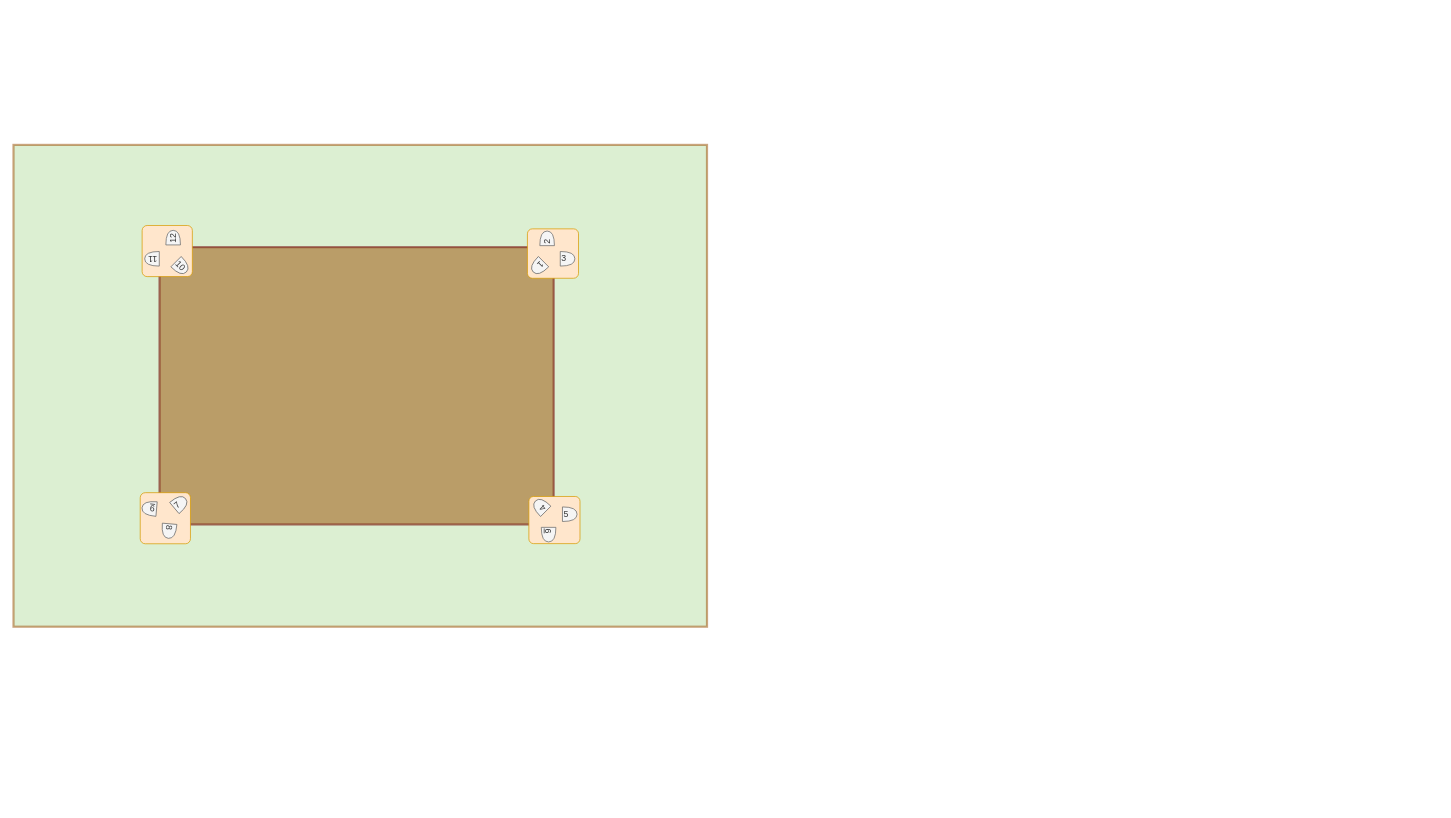
ShouSawa/draw.io keeps this draw.io diagram as アニマルミル.drawio. Above is the earlier version. Source tidied: cells renumbered, new cells numbered last; positions are measured from the earlier drawing's top-left corner, leaving out a move shared by most shapes. Both pictures are drawn from the tidied source at 73%, with x=0, y=0 at pixel (13, 145).
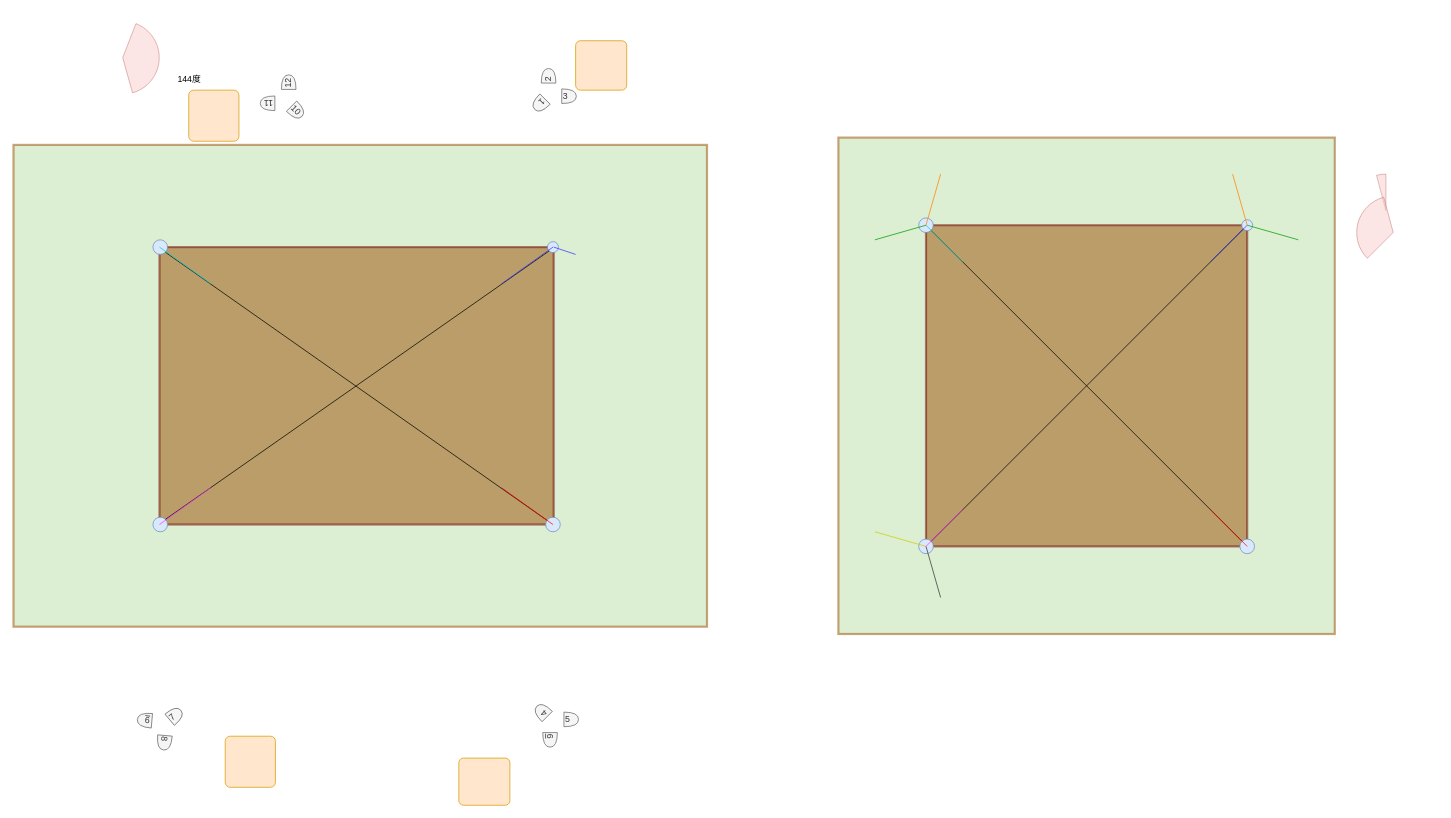
After the change.

Commit message:
アニマルミル.drawio を更新します

The edit, as a diff of the source:
```diff
@@
     <mxCell id="4" style="rounded=1;whiteSpace=wrap;html=1;fillColor=#ffe6cc;strokeColor=#d79b00;arcSize=10;" parent="1" vertex="1">
-      <mxGeometry x="176.2" y="110.4" width="68.8" height="70" as="geometry" />
+      <mxGeometry x="240" y="-75" width="68.8" height="70" as="geometry" />
     </mxCell>
     <mxCell id="5" style="rounded=1;whiteSpace=wrap;html=1;fillColor=#ffe6cc;strokeColor=#d79b00;arcSize=10;" parent="1" vertex="1">
-      <mxGeometry x="704" y="115" width="70" height="67.7" as="geometry" />
+      <mxGeometry x="770" y="-142.7" width="70" height="67.7" as="geometry" />
     </mxCell>
     <mxCell id="6" style="rounded=1;whiteSpace=wrap;html=1;fillColor=#ffe6cc;strokeColor=#d79b00;arcSize=10;" parent="1" vertex="1">
-      <mxGeometry x="706" y="481.6" width="70" height="64.6" as="geometry" />
+      <mxGeometry x="610" y="840" width="70" height="64.6" as="geometry" />
     </mxCell>
     <mxCell id="7" style="group;rotation=-135;" parent="1" vertex="1">
-      <mxGeometry x="700" y="123" width="68.3" height="59.7" as="geometry" />
+      <mxGeometry x="702" y="-99.7" width="68.3" height="59.7" as="geometry" />
     </mxCell>
@@
     <mxCell id="11" style="group;rotation=-45;" parent="1" vertex="1">
-      <mxGeometry x="702" y="478.9" width="68.3" height="59.7" as="geometry" />
+      <mxGeometry x="704" y="760" width="68.3" height="59.7" as="geometry" />
     </mxCell>
@@
     <mxCell id="15" style="group;rotation=-225;" parent="1" vertex="1">
-      <mxGeometry x="181.7" y="123" width="68.3" height="59.7" as="geometry" />
+      <mxGeometry x="340" y="-90" width="68.3" height="59.7" as="geometry" />
     </mxCell>
@@
     <mxCell id="19" style="rounded=1;whiteSpace=wrap;html=1;fillColor=#ffe6cc;strokeColor=#d79b00;arcSize=10;" parent="1" vertex="1">
-      <mxGeometry x="173.6" y="476.4" width="68.8" height="70" as="geometry" />
+      <mxGeometry x="290" y="810" width="68.8" height="70" as="geometry" />
     </mxCell>
     <mxCell id="20" style="group;rotation=50;" parent="1" vertex="1">
-      <mxGeometry x="180" y="470" width="68.3" height="64.8" as="geometry" />
+      <mxGeometry x="173.6" y="760" width="68.3" height="64.8" as="geometry" />
     </mxCell>
@@
+    <mxCell id="24" style="verticalLabelPosition=bottom;verticalAlign=top;html=1;shape=mxgraph.basic.pie;startAngle=0.8507924086809412;endAngle=0.2482887224766688;fillColor=#f8cecc;strokeColor=#b85450;opacity=50;rotation=75;" parent="1" vertex="1">
+      <mxGeometry x="99.6" y="-169.5" width="100" height="100" as="geometry" />
+    </mxCell>
+    <mxCell id="25" value="144度" style="text;html=1;whiteSpace=wrap;strokeColor=none;fillColor=none;align=center;verticalAlign=middle;rounded=0;" parent="1" vertex="1">
+      <mxGeometry x="211" y="-105" width="60" height="30" as="geometry" />
+    </mxCell>
+    <mxCell id="26" style="ellipse;whiteSpace=wrap;html=1;fillColor=#dae8fc;strokeColor=#6c8ebf;" parent="1" vertex="1">
+      <mxGeometry x="191" y="130" width="20" height="20" as="geometry" />
+    </mxCell>
+    <mxCell id="27" style="ellipse;whiteSpace=wrap;html=1;fillColor=#dae8fc;strokeColor=#6c8ebf;" parent="1" vertex="1">
+      <mxGeometry x="731.5" y="132.5" width="15" height="15" as="geometry" />
+    </mxCell>
+    <mxCell id="28" style="ellipse;whiteSpace=wrap;html=1;fillColor=#dae8fc;strokeColor=#6c8ebf;" parent="1" vertex="1">
+      <mxGeometry x="729" y="510" width="20" height="20" as="geometry" />
+    </mxCell>
+    <mxCell id="29" style="ellipse;whiteSpace=wrap;html=1;fillColor=#dae8fc;strokeColor=#6c8ebf;" parent="1" vertex="1">
+      <mxGeometry x="191" y="510" width="20" height="20" as="geometry" />
+    </mxCell>
+    <mxCell id="30" style="endArrow=none;html=1;rounded=0;exitX=1;exitY=1;exitDx=0;exitDy=0;" parent="1" edge="1" source="26" target="28">
+      <mxGeometry relative="1" as="geometry" />
+    </mxCell>
+    <mxCell id="31" style="endArrow=none;html=1;rounded=0;exitX=0;exitY=1;exitDx=0;exitDy=0;entryX=1;entryY=0;entryDx=0;entryDy=0;" parent="1" edge="1" source="27" target="29">
+      <mxGeometry relative="1" as="geometry" />
+    </mxCell>
+    <mxCell id="32" style="endArrow=none;html=1;rounded=0;strokeColor=#3333FF;" parent="1" edge="1">
+      <mxGeometry relative="1" as="geometry">
+        <mxPoint x="669" y="190" as="sourcePoint" />
+        <mxPoint x="739" y="140" as="targetPoint" />
+      </mxGeometry>
+    </mxCell>
+    <mxCell id="33" style="endArrow=none;html=1;rounded=0;strokeColor=#FF33FF;" parent="1" edge="1">
+      <mxGeometry relative="1" as="geometry">
+        <mxPoint x="200" y="520" as="sourcePoint" />
+        <mxPoint x="270" y="470" as="targetPoint" />
+      </mxGeometry>
+    </mxCell>
+    <mxCell id="34" style="endArrow=none;html=1;rounded=0;strokeColor=#00CCCC;" parent="1" edge="1">
+      <mxGeometry relative="1" as="geometry">
+        <mxPoint x="200" y="140" as="sourcePoint" />
+        <mxPoint x="270" y="190" as="targetPoint" />
+      </mxGeometry>
+    </mxCell>
+    <mxCell id="35" style="endArrow=none;html=1;rounded=0;strokeColor=#FF0000;" parent="1" edge="1">
+      <mxGeometry relative="1" as="geometry">
+        <mxPoint x="669" y="470" as="sourcePoint" />
+        <mxPoint x="739" y="520" as="targetPoint" />
+      </mxGeometry>
+    </mxCell>
+    <mxCell id="36" style="endArrow=none;html=1;rounded=0;strokeColor=#3333FF;" parent="1" edge="1">
+      <mxGeometry relative="1" as="geometry">
+        <mxPoint x="740" y="140" as="sourcePoint" />
+        <mxPoint x="770" y="150" as="targetPoint" />
+      </mxGeometry>
+    </mxCell>
+    <mxCell id="37" style="rounded=0;whiteSpace=wrap;html=1;fontSize=14;fillColor=#B9E0A5;opacity=50;strokeWidth=3;strokeColor=#994C00;" parent="1" vertex="1">
+      <mxGeometry x="1130" y="-10" width="680" height="680" as="geometry" />
+    </mxCell>
+    <mxCell id="38" style="rounded=0;whiteSpace=wrap;html=1;fontSize=14;fillColor=#994C00;opacity=50;strokeWidth=3;strokeColor=#6F0000;fontColor=#ffffff;" parent="1" vertex="1">
+      <mxGeometry x="1250" y="110" width="440" height="440" as="geometry" />
+    </mxCell>
+    <mxCell id="39" style="ellipse;whiteSpace=wrap;html=1;fillColor=#dae8fc;strokeColor=#6c8ebf;" parent="1" vertex="1">
+      <mxGeometry x="1240" y="100" width="20" height="20" as="geometry" />
+    </mxCell>
+    <mxCell id="40" style="ellipse;whiteSpace=wrap;html=1;fillColor=#dae8fc;strokeColor=#6c8ebf;" parent="1" vertex="1">
+      <mxGeometry x="1682.5" y="102.5" width="15" height="15" as="geometry" />
+    </mxCell>
+    <mxCell id="41" style="ellipse;whiteSpace=wrap;html=1;fillColor=#dae8fc;strokeColor=#6c8ebf;" parent="1" vertex="1">
+      <mxGeometry x="1680" y="540" width="20" height="20" as="geometry" />
+    </mxCell>
+    <mxCell id="42" style="ellipse;whiteSpace=wrap;html=1;fillColor=#dae8fc;strokeColor=#6c8ebf;" parent="1" vertex="1">
+      <mxGeometry x="1240" y="540" width="20" height="20" as="geometry" />
+    </mxCell>
+    <mxCell id="43" style="endArrow=none;html=1;rounded=0;exitX=1;exitY=1;exitDx=0;exitDy=0;" parent="1" edge="1" source="39" target="41">
+      <mxGeometry relative="1" as="geometry" />
+    </mxCell>
+    <mxCell id="44" style="endArrow=none;html=1;rounded=0;exitX=0;exitY=1;exitDx=0;exitDy=0;entryX=1;entryY=0;entryDx=0;entryDy=0;" parent="1" edge="1" source="40" target="42">
+      <mxGeometry relative="1" as="geometry" />
+    </mxCell>
+    <mxCell id="45" style="endArrow=none;html=1;rounded=0;strokeColor=#3333FF;" parent="1" edge="1">
+      <mxGeometry relative="1" as="geometry">
+        <mxPoint x="1640" y="160" as="sourcePoint" />
+        <mxPoint x="1690" y="110" as="targetPoint" />
+      </mxGeometry>
+    </mxCell>
+    <mxCell id="46" style="endArrow=none;html=1;rounded=0;strokeColor=#FF33FF;" parent="1" edge="1">
+      <mxGeometry relative="1" as="geometry">
+        <mxPoint x="1250" y="550" as="sourcePoint" />
+        <mxPoint x="1300" y="500" as="targetPoint" />
+      </mxGeometry>
+    </mxCell>
+    <mxCell id="47" style="endArrow=none;html=1;rounded=0;strokeColor=#00CCCC;" parent="1" edge="1">
+      <mxGeometry relative="1" as="geometry">
+        <mxPoint x="1250" y="110" as="sourcePoint" />
+        <mxPoint x="1300" y="160" as="targetPoint" />
+      </mxGeometry>
+    </mxCell>
+    <mxCell id="48" style="endArrow=none;html=1;rounded=0;strokeColor=#FF0000;" parent="1" edge="1">
+      <mxGeometry relative="1" as="geometry">
+        <mxPoint x="1640" y="500" as="sourcePoint" />
+        <mxPoint x="1690" y="550" as="targetPoint" />
+      </mxGeometry>
+    </mxCell>
+    <mxCell id="49" style="endArrow=none;html=1;rounded=0;strokeColor=#009900;" parent="1" edge="1">
+      <mxGeometry relative="1" as="geometry">
+        <mxPoint x="1690" y="110" as="sourcePoint" />
+        <mxPoint x="1760" y="130" as="targetPoint" />
+      </mxGeometry>
+    </mxCell>
+    <mxCell id="50" style="verticalLabelPosition=bottom;verticalAlign=top;html=1;shape=mxgraph.basic.pie;startAngle=0.20872607097798707;endAngle=0.25;fillColor=#f8cecc;strokeColor=#b85450;opacity=50;rotation=-90;" parent="1" vertex="1">
+      <mxGeometry x="1830" y="40" width="100" height="100" as="geometry" />
+    </mxCell>
+    <mxCell id="51" style="endArrow=none;html=1;rounded=0;strokeColor=#CCCC00;" parent="1" edge="1">
+      <mxGeometry relative="1" as="geometry">
+        <mxPoint x="1180" y="530" as="sourcePoint" />
+        <mxPoint x="1250" y="550" as="targetPoint" />
+      </mxGeometry>
+    </mxCell>
+    <mxCell id="52" style="endArrow=none;html=1;rounded=0;strokeColor=#FF8000;" parent="1" edge="1">
+      <mxGeometry relative="1" as="geometry">
+        <mxPoint x="1670" y="40" as="sourcePoint" />
+        <mxPoint x="1690" y="110" as="targetPoint" />
+      </mxGeometry>
+    </mxCell>
+    <mxCell id="53" style="verticalLabelPosition=bottom;verticalAlign=top;html=1;shape=mxgraph.basic.pie;startAngle=0.9171828812838926;endAngle=0.25;fillColor=#f8cecc;strokeColor=#b85450;opacity=50;rotation=-105;" parent="1" vertex="1">
+      <mxGeometry x="1840" y="70" width="100" height="100" as="geometry" />
+    </mxCell>
+    <mxCell id="54" style="endArrow=none;html=1;rounded=0;strokeColor=#333333;" parent="1" edge="1">
+      <mxGeometry relative="1" as="geometry">
+        <mxPoint x="1250" y="550" as="sourcePoint" />
+        <mxPoint x="1270" y="620" as="targetPoint" />
+      </mxGeometry>
+    </mxCell>
+    <mxCell id="55" style="endArrow=none;html=1;rounded=0;strokeColor=#FF8000;" parent="1" edge="1">
+      <mxGeometry relative="1" as="geometry">
+        <mxPoint x="1270" y="40" as="sourcePoint" />
+        <mxPoint x="1250" y="110" as="targetPoint" />
+      </mxGeometry>
+    </mxCell>
+    <mxCell id="56" style="endArrow=none;html=1;rounded=0;strokeColor=#009900;" parent="1" edge="1">
+      <mxGeometry relative="1" as="geometry">
+        <mxPoint x="1180" y="130" as="sourcePoint" />
+        <mxPoint x="1250" y="110" as="targetPoint" />
+      </mxGeometry>
+    </mxCell>
```
